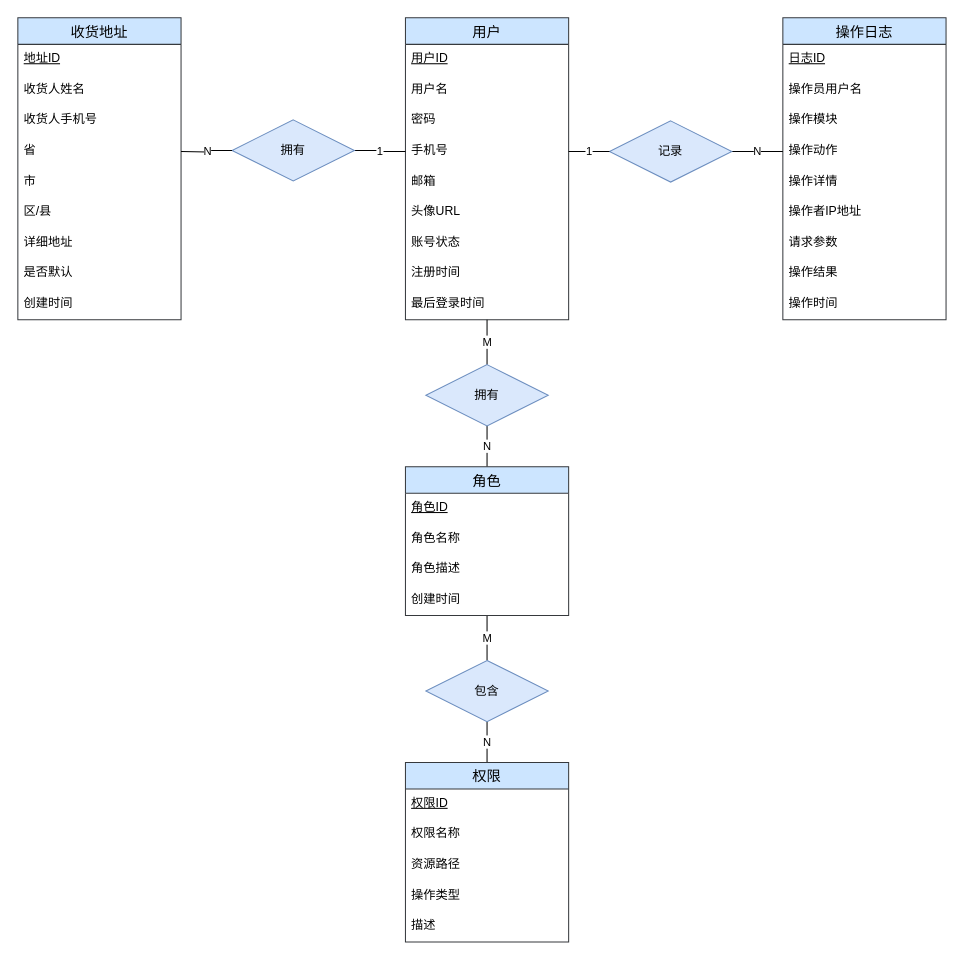
Earlier version of the draw.io diagram docs/ERGraph/2.2.drawio (Stonerxx/E-commerce-management). Source tidied: cells renumbered, new cells numbered last; positions are measured from the earlier drawing's top-left corner, leaving out a move shared by most shapes. Both pictures are drawn from the tidied source at 102%, with x=0, y=0 at pixel (17, 17).
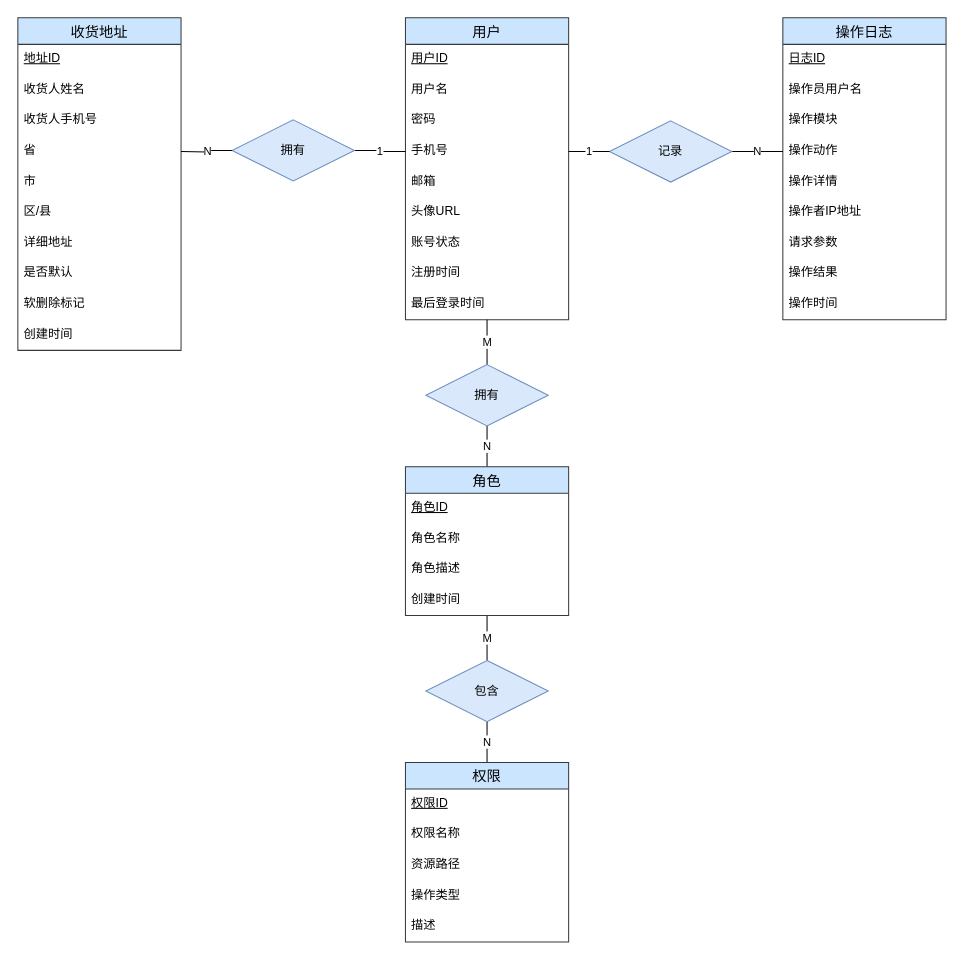
Above is the later version.

Diff of the diagram source:
```diff
@@
     <mxCell id="26" value="收货地址" style="swimlane;fontStyle=0;horizontal=1;startSize=26;align=center;fontSize=14;fillColor=#cce5ff;strokeColor=#36393d;" parent="1" vertex="1">
-      <mxGeometry width="160" height="296" as="geometry" />
+      <mxGeometry width="160" height="326" as="geometry" />
     </mxCell>
@@
+    <mxCell id="55" value="软删除标记" style="text;strokeColor=none;fillColor=none;spacingLeft=4;spacingRight=4;overflow=hidden;fontSize=12;whiteSpace=wrap;html=1;" parent="26" vertex="1">
+      <mxGeometry y="266" width="160" height="30" as="geometry" />
+    </mxCell>
     <mxCell id="35" value="创建时间" style="text;strokeColor=none;fillColor=none;spacingLeft=4;spacingRight=4;overflow=hidden;fontSize=12;whiteSpace=wrap;html=1;" parent="26" vertex="1">
-      <mxGeometry y="266" width="160" height="30" as="geometry" />
+      <mxGeometry y="296" width="160" height="30" as="geometry" />
     </mxCell>
```
